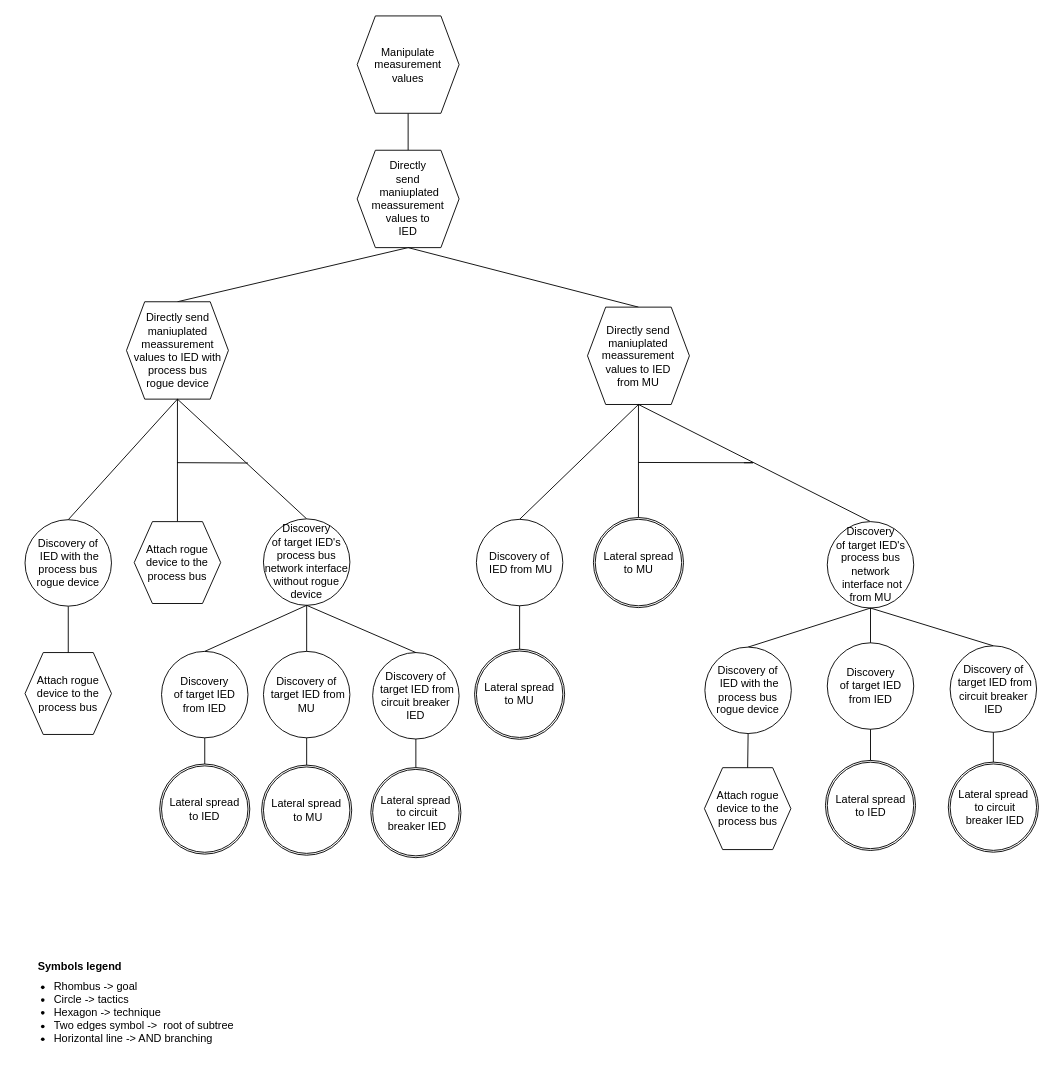
Before: drawIO_trees/solution_3_1_1.drawio in mihaelM/Attack_trees, a draw.io diagram. Source tidied: cells renumbered, new cells numbered last; positions are measured from the earlier drawing's top-left corner, leaving out a move shared by most shapes. Both pictures are drawn from the tidied source at 91%, with x=0, y=0 at pixel (15, 15).
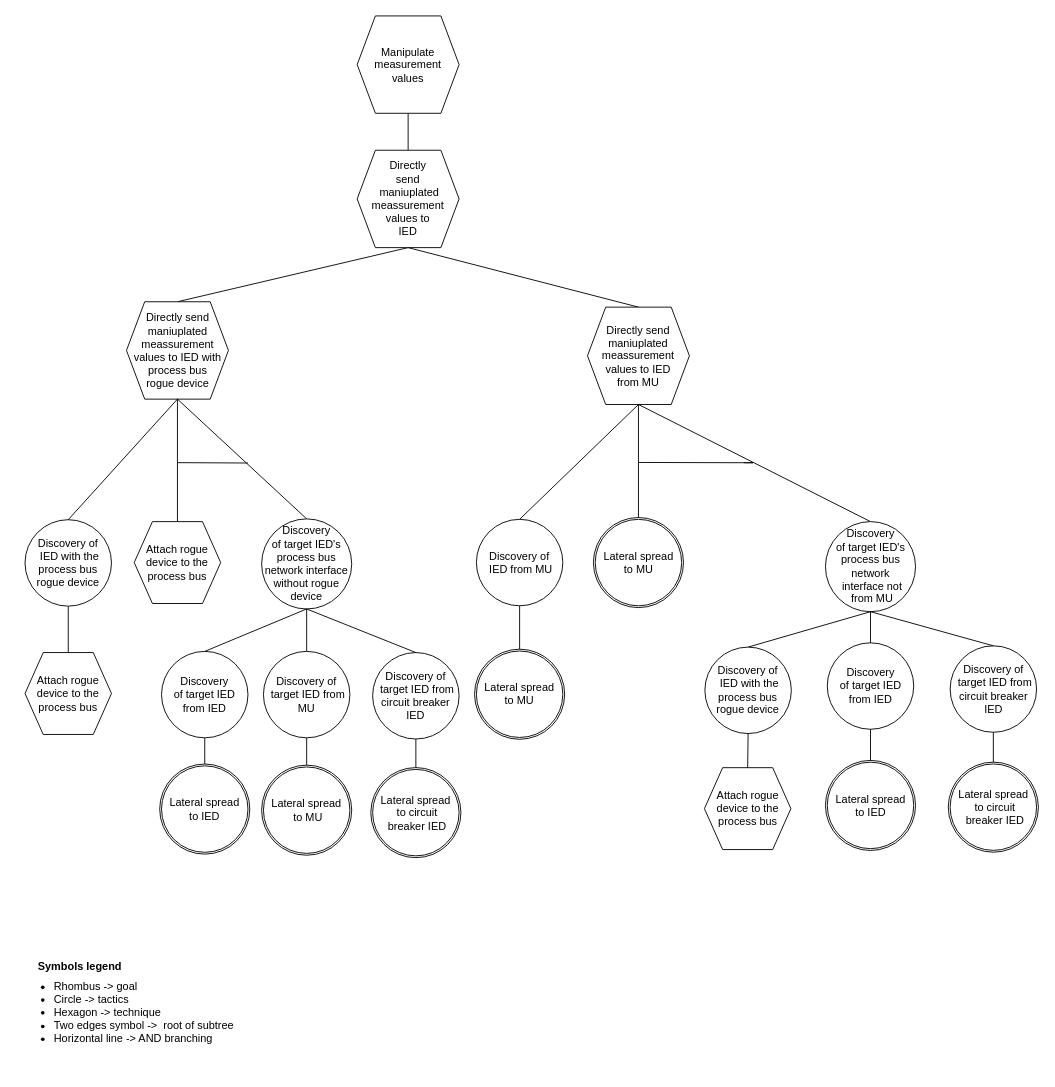
Above is the later version.

Change to the diagram source:
```diff
@@
     <mxCell id="23" value="Discovery&lt;br&gt;of target IED's process bus network interface without rogue device" style="ellipse;whiteSpace=wrap;html=1;" parent="1" vertex="1">
-      <mxGeometry x="272" y="552.7" width="95" height="95" as="geometry" />
+      <mxGeometry x="270" y="552.7" width="99" height="99" as="geometry" />
     </mxCell>
@@
-    <mxCell id="34" value="Discovery&lt;br&gt;of target IED's process bus network&lt;br&gt;&amp;nbsp;interface not from MU" style="ellipse;whiteSpace=wrap;html=1;" parent="1" vertex="1">
-      <mxGeometry x="891.6" y="555.7" width="95" height="95" as="geometry" />
+    <mxCell id="34" value="Discovery&lt;br&gt;of target IED's process bus network&lt;br&gt;&amp;nbsp;interface not&lt;br&gt;&amp;nbsp;from MU" style="ellipse;whiteSpace=wrap;html=1;" parent="1" vertex="1">
+      <mxGeometry x="889.6" y="555.7" width="99" height="99" as="geometry" />
     </mxCell>
```
